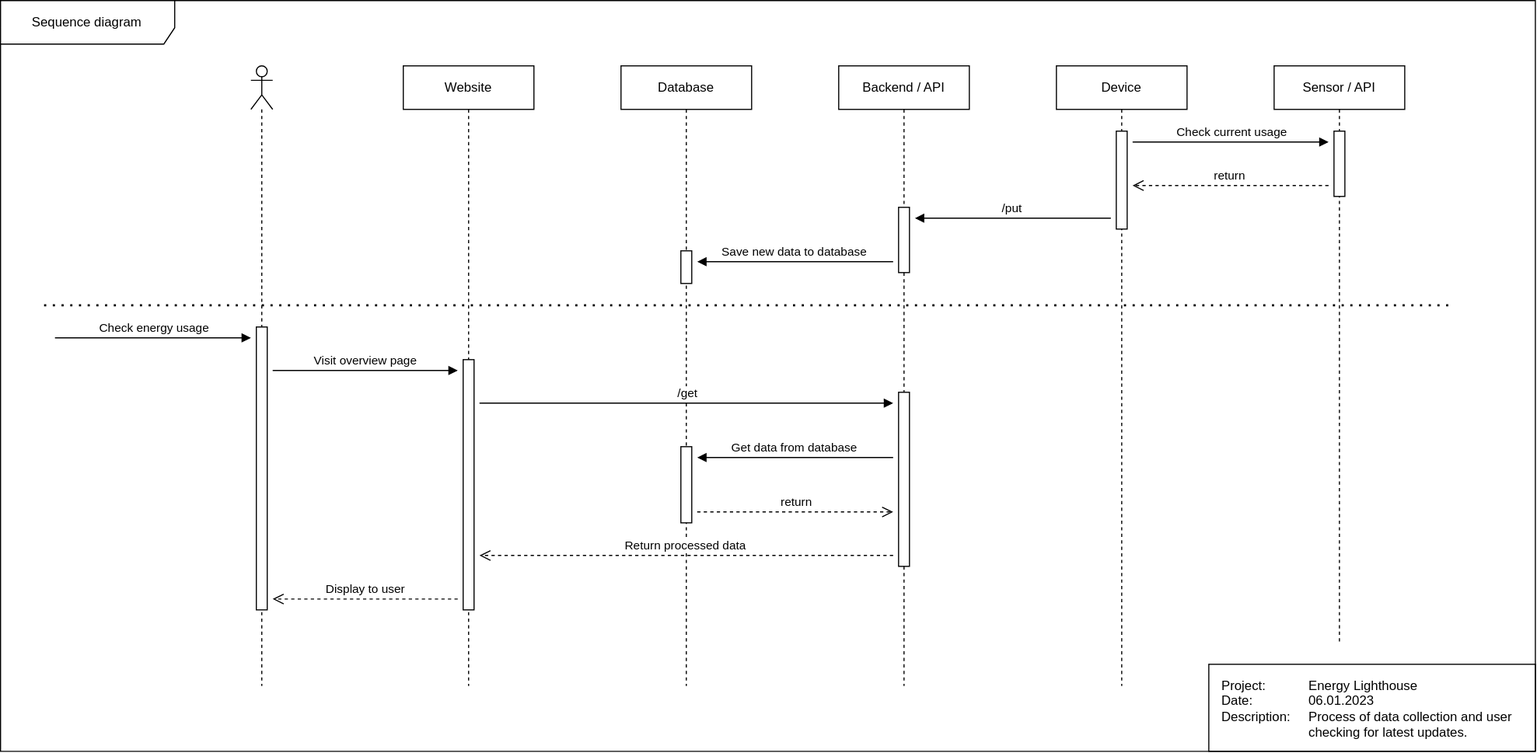
Before: docs/docs/images/sequence_diagram_overview_06_01_2023_ham.drawio.svg, a diagram exported from draw.io (2481632/Ampere). Source tidied: cells renumbered, new cells last; positions are measured from the earlier drawing's top-left corner, leaving out a move shared by most shapes.
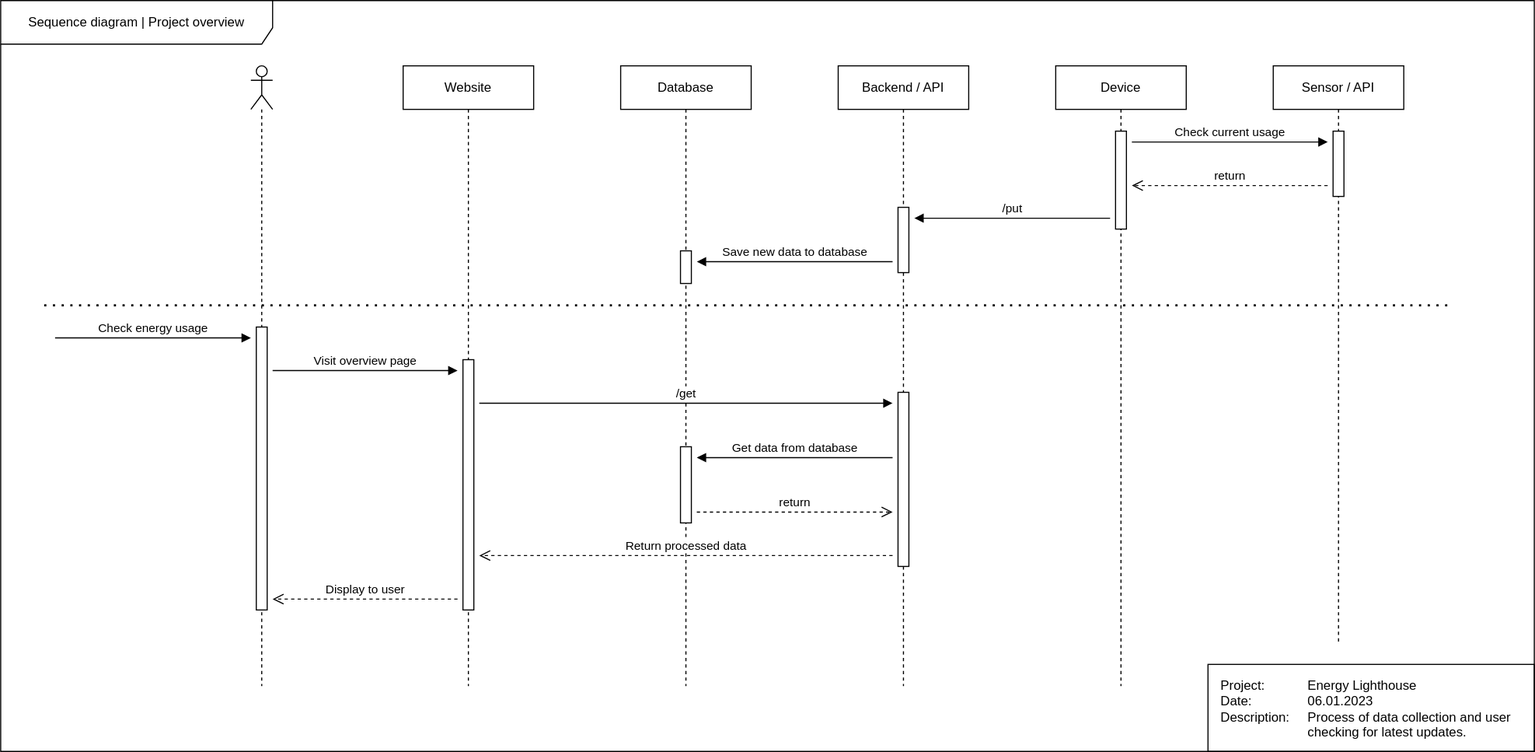
The same diagram one commit later.

Commit message:
[Docs] Add sequenz diagram

The edit, as a diff of the source:
```diff
@@ -2,7 +2,7 @@
   <root>
     <mxCell id="0" />
     <mxCell id="1" parent="0" />
-    <mxCell id="2" value="Sequence diagram" style="shape=umlFrame;whiteSpace=wrap;html=1;width=160;height=40;" parent="1" vertex="1">
+    <mxCell id="2" value="Sequence diagram | Project overview" style="shape=umlFrame;whiteSpace=wrap;html=1;width=250;height=40;" parent="1" vertex="1">
       <mxGeometry width="1410" height="690" as="geometry" />
     </mxCell>
     <mxCell id="3" value="Database" style="shape=umlLifeline;perimeter=lifelinePerimeter;whiteSpace=wrap;html=1;" parent="1" vertex="1">
```
